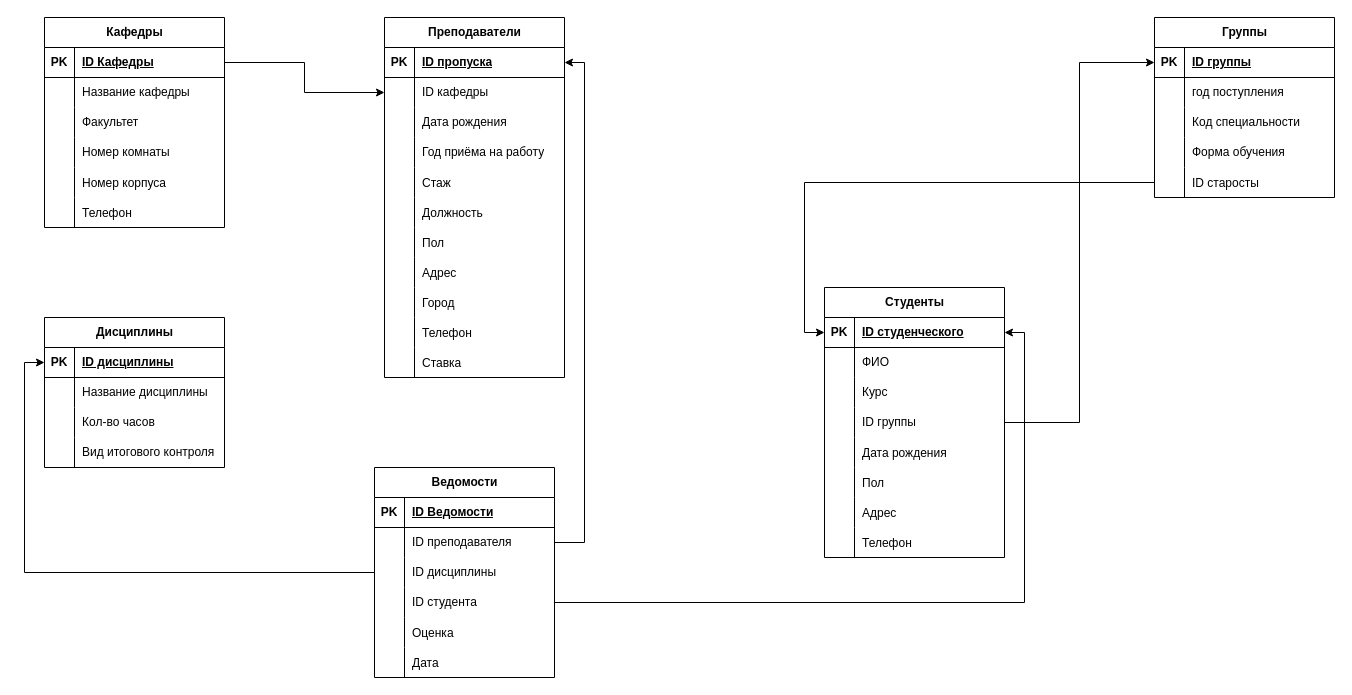
Earlier version of the draw.io diagram page "Страница 2" (2 of 2) of Диаграмма без названия.drawio (OlAntZin18/mirea-progs). Source tidied: cells renumbered, new cells numbered last; positions are measured from the earlier drawing's top-left corner, leaving out a move shared by most shapes. Both pictures are drawn from the tidied source at 100%, with x=0, y=0 at pixel (44, 17).
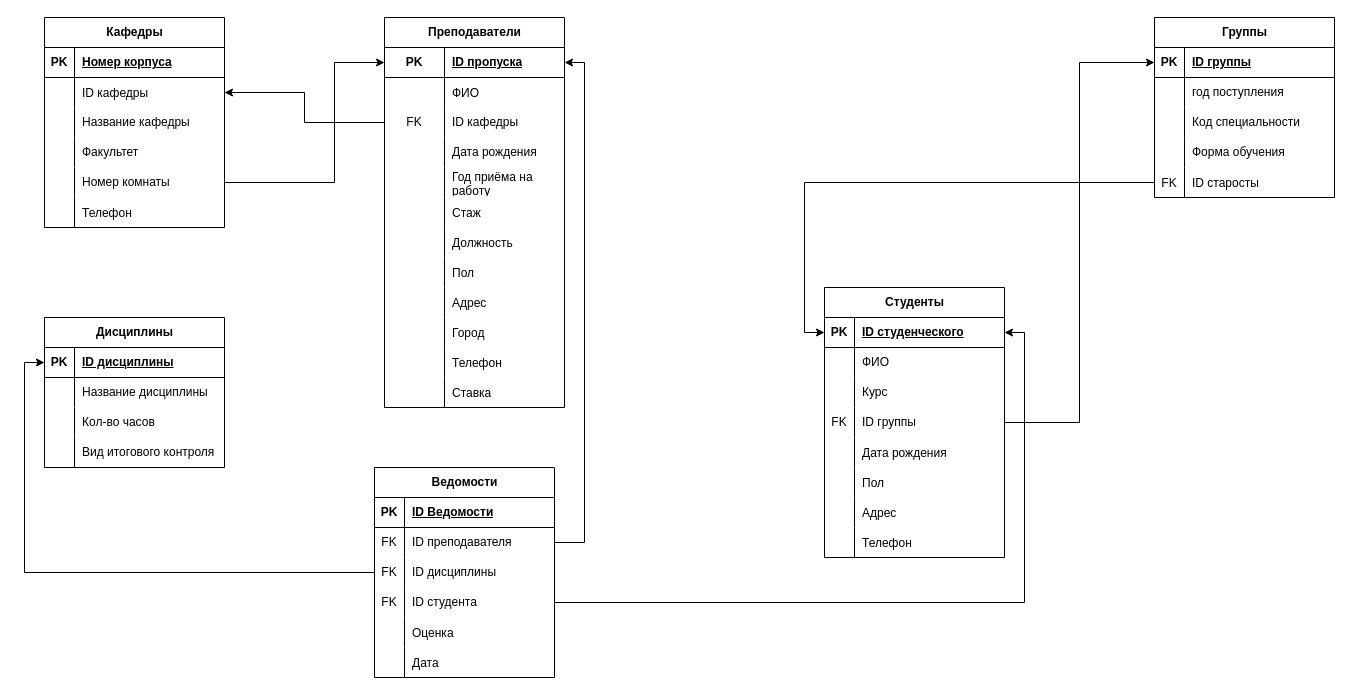
After the change.

The change refers to these unchanged cells:
```xml
<mxCell id="2" value="Кафедры" style="shape=table;startSize=30;childLayout=tableLayout;rowLines=0;fontStyle=1;align=center;html=1;" parent="1" vertex="1">
  <mxGeometry width="180" height="210" as="geometry" />
</mxCell>
<mxCell id="3" style="shape=tableRow;horizontal=0;startSize=0;swimlaneHead=0;swimlaneBody=0;fillColor=none;points=[[0,0.5],[1,0.5]];portConstraint=eastwest;top=0;left=0;right=0;bottom=1;" parent="2" vertex="1">
  <mxGeometry y="30" width="180" height="30" as="geometry" />
</mxCell>
<mxCell id="22" style="shape=tableRow;horizontal=0;startSize=0;swimlaneHead=0;swimlaneBody=0;fillColor=none;points=[[0,0.5],[1,0.5]];portConstraint=eastwest;top=0;left=0;right=0;bottom=1;" parent="21" vertex="1">
  <mxGeometry y="30" width="180" height="30" as="geometry" />
</mxCell>
<mxCell id="25" style="shape=tableRow;horizontal=0;startSize=0;swimlaneHead=0;swimlaneBody=0;fillColor=none;points=[[0,0.5],[1,0.5]];portConstraint=eastwest;top=0;left=0;right=0;bottom=0;" parent="21" vertex="1">
  <mxGeometry y="60" width="180" height="30" as="geometry" />
</mxCell>
<mxCell id="73" style="shape=tableRow;horizontal=0;startSize=0;swimlaneHead=0;swimlaneBody=0;fillColor=none;points=[[0,0.5],[1,0.5]];portConstraint=eastwest;top=0;left=0;right=0;bottom=0;" parent="69" vertex="1">
  <mxGeometry y="60" width="180" height="30" as="geometry" />
</mxCell>
<mxCell id="76" style="shape=tableRow;horizontal=0;startSize=0;swimlaneHead=0;swimlaneBody=0;fillColor=none;points=[[0,0.5],[1,0.5]];portConstraint=eastwest;top=0;left=0;right=0;bottom=0;" parent="69" vertex="1">
  <mxGeometry y="90" width="180" height="30" as="geometry" />
</mxCell>
<mxCell id="79" style="shape=tableRow;horizontal=0;startSize=0;swimlaneHead=0;swimlaneBody=0;fillColor=none;points=[[0,0.5],[1,0.5]];portConstraint=eastwest;top=0;left=0;right=0;bottom=0;" parent="69" vertex="1">
  <mxGeometry y="120" width="180" height="30" as="geometry" />
</mxCell>
<mxCell id="98" style="shape=tableRow;horizontal=0;startSize=0;swimlaneHead=0;swimlaneBody=0;fillColor=none;points=[[0,0.5],[1,0.5]];portConstraint=eastwest;top=0;left=0;right=0;bottom=0;" parent="88" vertex="1">
  <mxGeometry y="120" width="180" height="30" as="geometry" />
</mxCell>
<mxCell id="126" style="shape=tableRow;horizontal=0;startSize=0;swimlaneHead=0;swimlaneBody=0;fillColor=none;points=[[0,0.5],[1,0.5]];portConstraint=eastwest;top=0;left=0;right=0;bottom=0;" parent="113" vertex="1">
  <mxGeometry y="150" width="180" height="30" as="geometry" />
</mxCell>
```

Diff of the diagram source:
```diff
@@
-    <mxCell id="5" value="ID Кафедры" style="shape=partialRectangle;fillColor=none;top=0;left=0;bottom=0;right=0;align=left;spacingLeft=6;fontStyle=5;overflow=hidden;whiteSpace=wrap;html=1;" parent="3" vertex="1">
+    <mxCell id="5" value="Номер корпуса" style="shape=partialRectangle;fillColor=none;top=0;left=0;bottom=0;right=0;align=left;spacingLeft=6;fontStyle=5;overflow=hidden;whiteSpace=wrap;html=1;" parent="3" vertex="1">
       <mxGeometry x="30" width="150" height="30" as="geometry" />
     </mxCell>
+    <mxCell id="15" style="shape=tableRow;horizontal=0;startSize=0;swimlaneHead=0;swimlaneBody=0;fillColor=none;points=[[0,0.5],[1,0.5]];portConstraint=eastwest;top=0;left=0;right=0;bottom=0;" parent="2" vertex="1">
+      <mxGeometry y="60" width="180" height="30" as="geometry" />
+    </mxCell>
+    <mxCell id="16" style="shape=partialRectangle;fillColor=none;top=0;left=0;bottom=0;right=0;overflow=hidden;" parent="15" vertex="1">
+      <mxGeometry width="30" height="30" as="geometry" />
+    </mxCell>
+    <mxCell id="17" value="ID кафедры" style="shape=partialRectangle;fillColor=none;top=0;left=0;bottom=0;right=0;align=left;spacingLeft=6;overflow=hidden;" parent="15" vertex="1">
+      <mxGeometry x="30" width="150" height="30" as="geometry" />
+    </mxCell>
     <mxCell id="6" style="shape=tableRow;horizontal=0;startSize=0;swimlaneHead=0;swimlaneBody=0;fillColor=none;top=0;left=0;right=0;bottom=0;" parent="2" vertex="1">
-      <mxGeometry y="60" width="180" height="30" as="geometry" />
+      <mxGeometry y="90" width="180" height="30" as="geometry" />
     </mxCell>
@@
     <mxCell id="9" style="shape=tableRow;horizontal=0;startSize=0;swimlaneHead=0;swimlaneBody=0;fillColor=none;top=0;left=0;right=0;bottom=0;" parent="2" vertex="1">
-      <mxGeometry y="90" width="180" height="30" as="geometry" />
+      <mxGeometry y="120" width="180" height="30" as="geometry" />
     </mxCell>
@@
     <mxCell id="12" style="shape=tableRow;horizontal=0;startSize=0;swimlaneHead=0;swimlaneBody=0;fillColor=none;points=[[0,0.5],[1,0.5]];portConstraint=eastwest;top=0;left=0;right=0;bottom=0;" parent="2" vertex="1">
-      <mxGeometry y="120" width="180" height="30" as="geometry" />
+      <mxGeometry y="150" width="180" height="30" as="geometry" />
     </mxCell>
@@
-    <mxCell id="15" style="shape=tableRow;horizontal=0;startSize=0;swimlaneHead=0;swimlaneBody=0;fillColor=none;points=[[0,0.5],[1,0.5]];portConstraint=eastwest;top=0;left=0;right=0;bottom=0;" parent="2" vertex="1">
-      <mxGeometry y="150" width="180" height="30" as="geometry" />
-    </mxCell>
-    <mxCell id="16" style="shape=partialRectangle;fillColor=none;top=0;left=0;bottom=0;right=0;overflow=hidden;" parent="15" vertex="1">
-      <mxGeometry width="30" height="30" as="geometry" />
-    </mxCell>
-    <mxCell id="17" value="Номер корпуса" style="shape=partialRectangle;fillColor=none;top=0;left=0;bottom=0;right=0;align=left;spacingLeft=6;overflow=hidden;" parent="15" vertex="1">
-      <mxGeometry x="30" width="150" height="30" as="geometry" />
-    </mxCell>
@@
     <mxCell id="21" value="Преподаватели" style="shape=table;startSize=30;childLayout=tableLayout;rowLines=0;fontStyle=1;align=center;html=1;" parent="1" vertex="1">
-      <mxGeometry x="340" width="180" height="360" as="geometry" />
+      <mxGeometry x="340" width="180" height="390" as="geometry" />
     </mxCell>
@@
     <mxCell id="23" value="PK" style="shape=partialRectangle;fillColor=none;top=0;left=0;bottom=0;right=0;fontStyle=1;overflow=hidden;whiteSpace=wrap;html=1;" parent="22" vertex="1">
-      <mxGeometry width="30" height="30" as="geometry" />
+      <mxGeometry width="60" height="30" as="geometry" />
     </mxCell>
     <mxCell id="24" value="ID пропуска" style="shape=partialRectangle;fillColor=none;top=0;left=0;bottom=0;right=0;align=left;spacingLeft=6;fontStyle=5;overflow=hidden;whiteSpace=wrap;html=1;" parent="22" vertex="1">
-      <mxGeometry x="30" width="150" height="30" as="geometry" />
+      <mxGeometry x="60" width="120" height="30" as="geometry" />
     </mxCell>
@@
-    <mxCell id="26" style="shape=partialRectangle;fillColor=none;top=0;left=0;bottom=0;right=0;overflow=hidden;whiteSpace=wrap;html=1;" parent="25" vertex="1">
-      <mxGeometry width="30" height="30" as="geometry" />
-    </mxCell>
+    <mxCell id="134" style="shape=partialRectangle;fillColor=none;top=0;left=0;bottom=0;right=0;overflow=hidden;" parent="25" vertex="1">
+      <mxGeometry width="60" height="30" as="geometry" />
+    </mxCell>
+    <mxCell id="135" value="ФИО" style="shape=partialRectangle;fillColor=none;top=0;left=0;bottom=0;right=0;align=left;spacingLeft=6;overflow=hidden;" parent="25" vertex="1">
+      <mxGeometry x="60" width="120" height="30" as="geometry" />
+    </mxCell>
+    <mxCell id="136" style="shape=tableRow;horizontal=0;startSize=0;swimlaneHead=0;swimlaneBody=0;fillColor=none;points=[[0,0.5],[1,0.5]];portConstraint=eastwest;top=0;left=0;right=0;bottom=0;" parent="21" vertex="1">
+      <mxGeometry y="90" width="180" height="30" as="geometry" />
+    </mxCell>
+    <mxCell id="137" value="FK" style="shape=partialRectangle;fillColor=none;top=0;left=0;bottom=0;right=0;fontStyle=0;overflow=hidden;whiteSpace=wrap;html=1;" parent="136" vertex="1">
+      <mxGeometry width="60" height="30" as="geometry" />
+    </mxCell>
-    <mxCell id="27" value="ID кафедры" style="shape=partialRectangle;fillColor=none;top=0;left=0;bottom=0;right=0;align=left;spacingLeft=6;overflow=hidden;whiteSpace=wrap;html=1;" parent="25" vertex="1">
-      <mxGeometry x="30" width="150" height="30" as="geometry" />
+    <mxCell id="27" value="ID кафедры" style="shape=partialRectangle;fillColor=none;top=0;left=0;bottom=0;right=0;align=left;spacingLeft=6;fontStyle=0;overflow=hidden;whiteSpace=wrap;html=1;" parent="136" vertex="1">
+      <mxGeometry x="60" width="120" height="30" as="geometry" />
     </mxCell>
     <mxCell id="28" style="shape=tableRow;horizontal=0;startSize=0;swimlaneHead=0;swimlaneBody=0;fillColor=none;top=0;left=0;right=0;bottom=0;" parent="21" vertex="1">
-      <mxGeometry y="90" width="180" height="30" as="geometry" />
+      <mxGeometry y="120" width="180" height="30" as="geometry" />
     </mxCell>
     <mxCell id="29" style="shape=partialRectangle;fillColor=none;top=0;left=0;bottom=0;right=0;overflow=hidden;whiteSpace=wrap;html=1;" parent="28" vertex="1">
-      <mxGeometry width="30" height="30" as="geometry" />
+      <mxGeometry width="60" height="30" as="geometry" />
     </mxCell>
     <mxCell id="30" value="Дата рождения" style="shape=partialRectangle;fillColor=none;top=0;left=0;bottom=0;right=0;align=left;spacingLeft=6;overflow=hidden;whiteSpace=wrap;html=1;" parent="28" vertex="1">
-      <mxGeometry x="30" width="150" height="30" as="geometry" />
+      <mxGeometry x="60" width="120" height="30" as="geometry" />
     </mxCell>
     <mxCell id="31" style="shape=tableRow;horizontal=0;startSize=0;swimlaneHead=0;swimlaneBody=0;fillColor=none;top=0;left=0;right=0;bottom=0;" parent="21" vertex="1">
-      <mxGeometry y="120" width="180" height="30" as="geometry" />
+      <mxGeometry y="150" width="180" height="30" as="geometry" />
     </mxCell>
     <mxCell id="32" style="shape=partialRectangle;fillColor=none;top=0;left=0;bottom=0;right=0;overflow=hidden;whiteSpace=wrap;html=1;" parent="31" vertex="1">
-      <mxGeometry width="30" height="30" as="geometry" />
+      <mxGeometry width="60" height="30" as="geometry" />
     </mxCell>
     <mxCell id="33" value="Год приёма на работу" style="shape=partialRectangle;fillColor=none;top=0;left=0;bottom=0;right=0;align=left;spacingLeft=6;overflow=hidden;whiteSpace=wrap;html=1;" parent="31" vertex="1">
-      <mxGeometry x="30" width="150" height="30" as="geometry" />
+      <mxGeometry x="60" width="120" height="30" as="geometry" />
     </mxCell>
     <mxCell id="34" style="shape=tableRow;horizontal=0;startSize=0;swimlaneHead=0;swimlaneBody=0;fillColor=none;top=0;left=0;right=0;bottom=0;" parent="21" vertex="1">
-      <mxGeometry y="150" width="180" height="30" as="geometry" />
+      <mxGeometry y="180" width="180" height="30" as="geometry" />
     </mxCell>
     <mxCell id="35" style="shape=partialRectangle;fillColor=none;top=0;left=0;bottom=0;right=0;overflow=hidden;" parent="34" vertex="1">
-      <mxGeometry width="30" height="30" as="geometry" />
+      <mxGeometry width="60" height="30" as="geometry" />
     </mxCell>
     <mxCell id="36" value="Стаж" style="shape=partialRectangle;fillColor=none;top=0;left=0;bottom=0;right=0;align=left;spacingLeft=6;overflow=hidden;" parent="34" vertex="1">
-      <mxGeometry x="30" width="150" height="30" as="geometry" />
+      <mxGeometry x="60" width="120" height="30" as="geometry" />
     </mxCell>
     <mxCell id="37" style="shape=tableRow;horizontal=0;startSize=0;swimlaneHead=0;swimlaneBody=0;fillColor=none;top=0;left=0;right=0;bottom=0;" parent="21" vertex="1">
-      <mxGeometry y="180" width="180" height="30" as="geometry" />
+      <mxGeometry y="210" width="180" height="30" as="geometry" />
     </mxCell>
     <mxCell id="38" style="shape=partialRectangle;fillColor=none;top=0;left=0;bottom=0;right=0;overflow=hidden;" parent="37" vertex="1">
-      <mxGeometry width="30" height="30" as="geometry" />
+      <mxGeometry width="60" height="30" as="geometry" />
     </mxCell>
     <mxCell id="39" value="Должность" style="shape=partialRectangle;fillColor=none;top=0;left=0;bottom=0;right=0;align=left;spacingLeft=6;overflow=hidden;" parent="37" vertex="1">
-      <mxGeometry x="30" width="150" height="30" as="geometry" />
+      <mxGeometry x="60" width="120" height="30" as="geometry" />
     </mxCell>
     <mxCell id="40" style="shape=tableRow;horizontal=0;startSize=0;swimlaneHead=0;swimlaneBody=0;fillColor=none;top=0;left=0;right=0;bottom=0;" parent="21" vertex="1">
-      <mxGeometry y="210" width="180" height="30" as="geometry" />
+      <mxGeometry y="240" width="180" height="30" as="geometry" />
     </mxCell>
     <mxCell id="41" style="shape=partialRectangle;fillColor=none;top=0;left=0;bottom=0;right=0;overflow=hidden;" parent="40" vertex="1">
-      <mxGeometry width="30" height="30" as="geometry" />
+      <mxGeometry width="60" height="30" as="geometry" />
     </mxCell>
     <mxCell id="42" value="Пол" style="shape=partialRectangle;fillColor=none;top=0;left=0;bottom=0;right=0;align=left;spacingLeft=6;overflow=hidden;" parent="40" vertex="1">
-      <mxGeometry x="30" width="150" height="30" as="geometry" />
+      <mxGeometry x="60" width="120" height="30" as="geometry" />
     </mxCell>
     <mxCell id="43" style="shape=tableRow;horizontal=0;startSize=0;swimlaneHead=0;swimlaneBody=0;fillColor=none;top=0;left=0;right=0;bottom=0;" parent="21" vertex="1">
-      <mxGeometry y="240" width="180" height="30" as="geometry" />
+      <mxGeometry y="270" width="180" height="30" as="geometry" />
     </mxCell>
     <mxCell id="44" style="shape=partialRectangle;fillColor=none;top=0;left=0;bottom=0;right=0;overflow=hidden;" parent="43" vertex="1">
-      <mxGeometry width="30" height="30" as="geometry" />
+      <mxGeometry width="60" height="30" as="geometry" />
     </mxCell>
     <mxCell id="45" value="Адрес" style="shape=partialRectangle;fillColor=none;top=0;left=0;bottom=0;right=0;align=left;spacingLeft=6;overflow=hidden;" parent="43" vertex="1">
-      <mxGeometry x="30" width="150" height="30" as="geometry" />
+      <mxGeometry x="60" width="120" height="30" as="geometry" />
     </mxCell>
     <mxCell id="46" style="shape=tableRow;horizontal=0;startSize=0;swimlaneHead=0;swimlaneBody=0;fillColor=none;top=0;left=0;right=0;bottom=0;" parent="21" vertex="1">
-      <mxGeometry y="270" width="180" height="30" as="geometry" />
+      <mxGeometry y="300" width="180" height="30" as="geometry" />
     </mxCell>
     <mxCell id="47" style="shape=partialRectangle;fillColor=none;top=0;left=0;bottom=0;right=0;overflow=hidden;" parent="46" vertex="1">
-      <mxGeometry width="30" height="30" as="geometry" />
+      <mxGeometry width="60" height="30" as="geometry" />
     </mxCell>
     <mxCell id="48" value="Город" style="shape=partialRectangle;fillColor=none;top=0;left=0;bottom=0;right=0;align=left;spacingLeft=6;overflow=hidden;" parent="46" vertex="1">
-      <mxGeometry x="30" width="150" height="30" as="geometry" />
+      <mxGeometry x="60" width="120" height="30" as="geometry" />
     </mxCell>
     <mxCell id="49" style="shape=tableRow;horizontal=0;startSize=0;swimlaneHead=0;swimlaneBody=0;fillColor=none;top=0;left=0;right=0;bottom=0;" parent="21" vertex="1">
-      <mxGeometry y="300" width="180" height="30" as="geometry" />
+      <mxGeometry y="330" width="180" height="30" as="geometry" />
     </mxCell>
     <mxCell id="50" style="shape=partialRectangle;fillColor=none;top=0;left=0;bottom=0;right=0;overflow=hidden;" parent="49" vertex="1">
-      <mxGeometry width="30" height="30" as="geometry" />
+      <mxGeometry width="60" height="30" as="geometry" />
     </mxCell>
     <mxCell id="51" value="Телефон" style="shape=partialRectangle;fillColor=none;top=0;left=0;bottom=0;right=0;align=left;spacingLeft=6;overflow=hidden;" parent="49" vertex="1">
-      <mxGeometry x="30" width="150" height="30" as="geometry" />
+      <mxGeometry x="60" width="120" height="30" as="geometry" />
     </mxCell>
     <mxCell id="52" style="shape=tableRow;horizontal=0;startSize=0;swimlaneHead=0;swimlaneBody=0;fillColor=none;top=0;left=0;right=0;bottom=0;" parent="21" vertex="1">
-      <mxGeometry y="330" width="180" height="30" as="geometry" />
+      <mxGeometry y="360" width="180" height="30" as="geometry" />
     </mxCell>
     <mxCell id="53" style="shape=partialRectangle;fillColor=none;top=0;left=0;bottom=0;right=0;overflow=hidden;" parent="52" vertex="1">
-      <mxGeometry width="30" height="30" as="geometry" />
+      <mxGeometry width="60" height="30" as="geometry" />
     </mxCell>
     <mxCell id="54" value="Ставка" style="shape=partialRectangle;fillColor=none;top=0;left=0;bottom=0;right=0;align=left;spacingLeft=6;overflow=hidden;" parent="52" vertex="1">
-      <mxGeometry x="30" width="150" height="30" as="geometry" />
+      <mxGeometry x="60" width="120" height="30" as="geometry" />
     </mxCell>
@@
-    <mxCell id="68" style="edgeStyle=orthogonalEdgeStyle;rounded=0;jettySize=auto;html=1;exitX=1;exitY=0.5;exitDx=0;exitDy=0;entryX=0;entryY=0.5;entryDx=0;entryDy=0;" parent="1" edge="1" source="3" target="25">
-      <mxGeometry relative="1" as="geometry" />
-    </mxCell>
@@
-    <mxCell id="74" style="shape=partialRectangle;fillColor=none;top=0;left=0;bottom=0;right=0;overflow=hidden;whiteSpace=wrap;html=1;" parent="73" vertex="1">
+    <mxCell id="74" value="FK" style="shape=partialRectangle;fillColor=none;top=0;left=0;bottom=0;right=0;overflow=hidden;whiteSpace=wrap;html=1;" parent="73" vertex="1">
       <mxGeometry width="30" height="30" as="geometry" />
     </mxCell>
@@
-    <mxCell id="77" style="shape=partialRectangle;fillColor=none;top=0;left=0;bottom=0;right=0;overflow=hidden;whiteSpace=wrap;html=1;" parent="76" vertex="1">
+    <mxCell id="77" value="FK" style="shape=partialRectangle;fillColor=none;top=0;left=0;bottom=0;right=0;overflow=hidden;whiteSpace=wrap;html=1;" parent="76" vertex="1">
       <mxGeometry width="30" height="30" as="geometry" />
     </mxCell>
@@
-    <mxCell id="80" style="shape=partialRectangle;fillColor=none;top=0;left=0;bottom=0;right=0;overflow=hidden;whiteSpace=wrap;html=1;" parent="79" vertex="1">
+    <mxCell id="80" value="FK" style="shape=partialRectangle;fillColor=none;top=0;left=0;bottom=0;right=0;overflow=hidden;whiteSpace=wrap;html=1;" parent="79" vertex="1">
       <mxGeometry width="30" height="30" as="geometry" />
     </mxCell>
@@
-    <mxCell id="99" style="shape=partialRectangle;fillColor=none;top=0;left=0;bottom=0;right=0;overflow=hidden;whiteSpace=wrap;html=1;" parent="98" vertex="1">
+    <mxCell id="99" value="FK" style="shape=partialRectangle;fillColor=none;top=0;left=0;bottom=0;right=0;overflow=hidden;whiteSpace=wrap;html=1;" parent="98" vertex="1">
       <mxGeometry width="30" height="30" as="geometry" />
     </mxCell>
@@
-    <mxCell id="127" style="shape=partialRectangle;fillColor=none;top=0;left=0;bottom=0;right=0;overflow=hidden;" parent="126" vertex="1">
+    <mxCell id="127" value="FK" style="shape=partialRectangle;fillColor=none;top=0;left=0;bottom=0;right=0;overflow=hidden;" parent="126" vertex="1">
       <mxGeometry width="30" height="30" as="geometry" />
     </mxCell>
@@
+    <mxCell id="138" style="edgeStyle=orthogonalEdgeStyle;rounded=0;jettySize=auto;html=1;exitX=1;exitY=0.5;exitDx=0;exitDy=0;entryX=0;entryY=0.5;entryDx=0;entryDy=0;" parent="1" edge="1" source="12" target="22">
+      <mxGeometry relative="1" as="geometry">
+        <Array as="points">
+          <mxPoint x="290" y="165" />
+          <mxPoint x="290" y="45" />
+        </Array>
+      </mxGeometry>
+    </mxCell>
+    <mxCell id="139" style="edgeStyle=orthogonalEdgeStyle;rounded=0;jettySize=auto;html=1;exitX=0;exitY=0.5;exitDx=0;exitDy=0;" parent="1" edge="1" source="136" target="15">
+      <mxGeometry relative="1" as="geometry" />
+    </mxCell>
```
